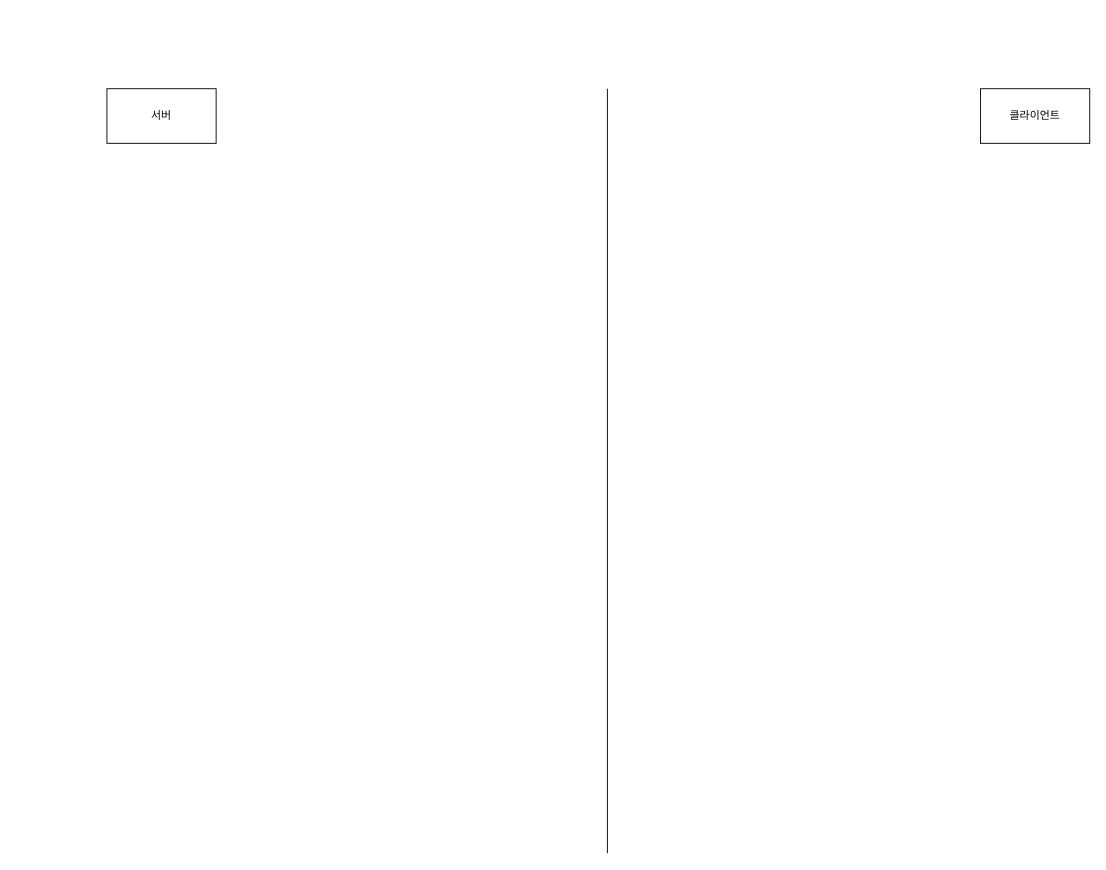
Before: Untitled Diagram.drawio in riulwoo/WorkMate, a draw.io diagram. Source tidied: cells renumbered, new cells numbered last; positions are measured from the earlier drawing's top-left corner, leaving out a move shared by most shapes. Both pictures are drawn from the tidied source at 91%, with x=0, y=0 at pixel (106, 88).
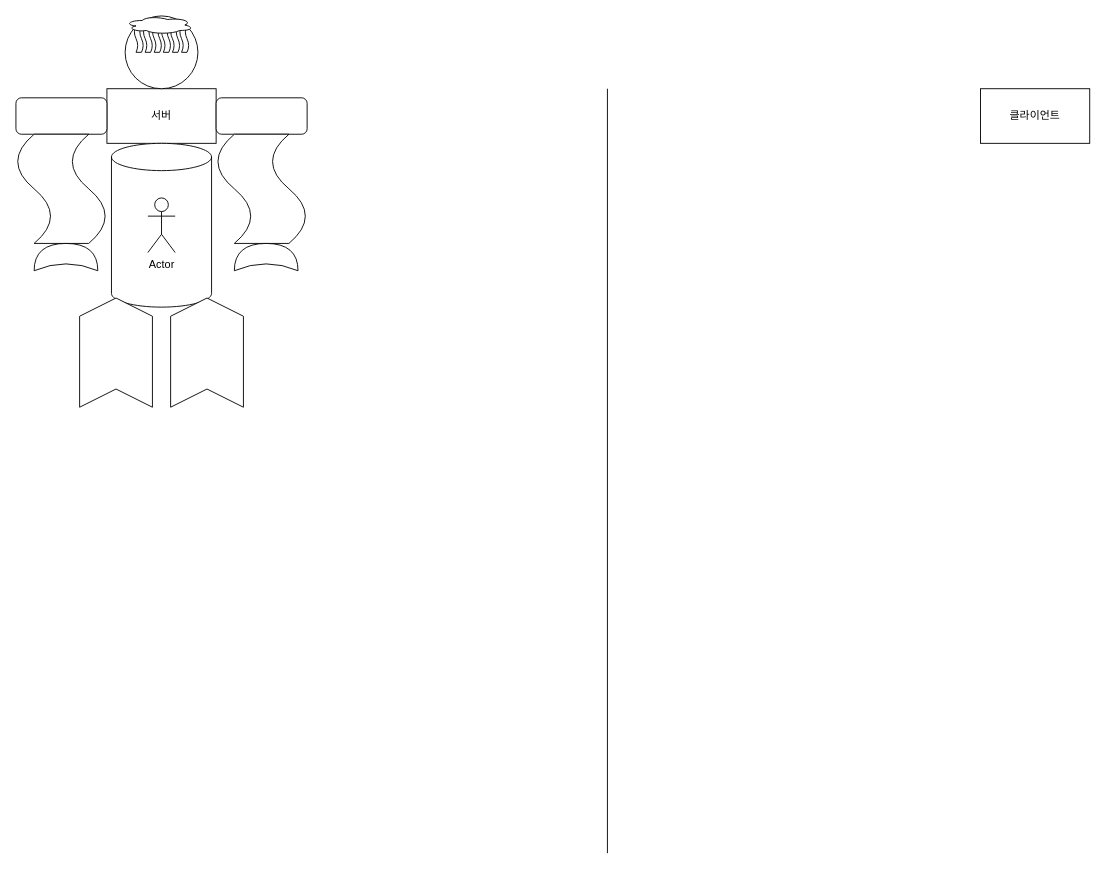
Above is the later version.

Change to the diagram source:
```diff
@@
+    <mxCell id="5" style="ellipse;whiteSpace=wrap;html=1;" parent="1" vertex="1">
+      <mxGeometry x="20" y="-80" width="80" height="80" as="geometry" />
+    </mxCell>
+    <mxCell id="6" style="rounded=1;whiteSpace=wrap;html=1;direction=west;" parent="1" vertex="1">
+      <mxGeometry x="120" y="10" width="100" height="40" as="geometry" />
+    </mxCell>
+    <mxCell id="7" style="shape=tape;whiteSpace=wrap;html=1;direction=south;" parent="1" vertex="1">
+      <mxGeometry x="120" y="50" width="100" height="120" as="geometry" />
+    </mxCell>
+    <mxCell id="8" style="shape=xor;whiteSpace=wrap;html=1;direction=north;" parent="1" vertex="1">
+      <mxGeometry x="140" y="170" width="70" height="30" as="geometry" />
+    </mxCell>
+    <mxCell id="9" style="rounded=1;whiteSpace=wrap;html=1;direction=west;" parent="1" vertex="1">
+      <mxGeometry x="-100" y="10" width="100" height="40" as="geometry" />
+    </mxCell>
+    <mxCell id="10" style="shape=tape;whiteSpace=wrap;html=1;direction=north;" parent="1" vertex="1">
+      <mxGeometry x="-100" y="50" width="100" height="120" as="geometry" />
+    </mxCell>
+    <mxCell id="11" style="shape=xor;whiteSpace=wrap;html=1;direction=north;" parent="1" vertex="1">
+      <mxGeometry x="-80" y="170" width="70" height="30" as="geometry" />
+    </mxCell>
+    <mxCell id="12" style="shape=cylinder3;whiteSpace=wrap;html=1;boundedLbl=1;backgroundOutline=1;size=15;" parent="1" vertex="1">
+      <mxGeometry x="5" y="60" width="110" height="180" as="geometry" />
+    </mxCell>
+    <mxCell id="13" style="shape=step;perimeter=stepPerimeter;whiteSpace=wrap;html=1;fixedSize=1;direction=north;" parent="1" vertex="1">
+      <mxGeometry x="70" y="230" width="80" height="120" as="geometry" />
+    </mxCell>
+    <mxCell id="14" style="shape=step;perimeter=stepPerimeter;whiteSpace=wrap;html=1;fixedSize=1;direction=north;" parent="1" vertex="1">
+      <mxGeometry x="-30" y="230" width="80" height="120" as="geometry" />
+    </mxCell>
+    <mxCell id="15" style="shape=tape;whiteSpace=wrap;html=1;direction=south;" parent="1" vertex="1">
+      <mxGeometry x="80" y="-70" width="10" height="30" as="geometry" />
+    </mxCell>
+    <mxCell id="16" style="shape=tape;whiteSpace=wrap;html=1;direction=south;" parent="1" vertex="1">
+      <mxGeometry x="60" y="-70" width="10" height="30" as="geometry" />
+    </mxCell>
+    <mxCell id="17" style="shape=tape;whiteSpace=wrap;html=1;direction=south;" parent="1" vertex="1">
+      <mxGeometry x="70" y="-70" width="10" height="30" as="geometry" />
+    </mxCell>
+    <mxCell id="18" style="shape=tape;whiteSpace=wrap;html=1;direction=south;" parent="1" vertex="1">
+      <mxGeometry x="50" y="-70" width="10" height="30" as="geometry" />
+    </mxCell>
+    <mxCell id="19" style="shape=tape;whiteSpace=wrap;html=1;direction=south;" parent="1" vertex="1">
+      <mxGeometry x="40" y="-70" width="10" height="30" as="geometry" />
+    </mxCell>
+    <mxCell id="20" style="shape=tape;whiteSpace=wrap;html=1;direction=south;" parent="1" vertex="1">
+      <mxGeometry x="30" y="-70" width="10" height="30" as="geometry" />
+    </mxCell>
+    <mxCell id="21" style="ellipse;shape=cloud;whiteSpace=wrap;html=1;" parent="1" vertex="1">
+      <mxGeometry x="20" y="-80" width="75" height="20" as="geometry" />
+    </mxCell>
+    <mxCell id="22" value="Actor" style="shape=umlActor;verticalLabelPosition=bottom;verticalAlign=top;html=1;" parent="1" vertex="1">
+      <mxGeometry x="45" y="120" width="30" height="60" as="geometry" />
+    </mxCell>
```
